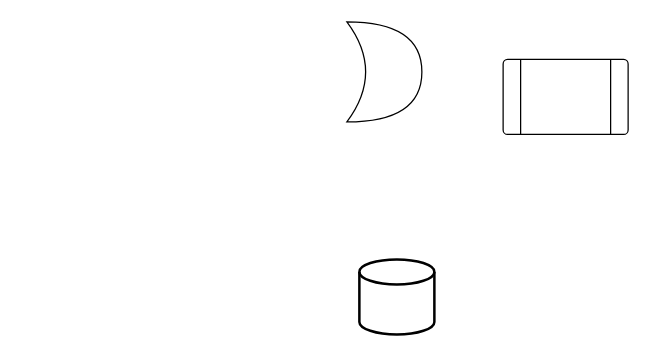
Earlier version of the draw.io diagram 未命名绘图.drawio (hgguyu/draw). Source tidied: cells renumbered, new cells numbered last; positions are measured from the earlier drawing's top-left corner, leaving out a move shared by most shapes. Both pictures are drawn from the tidied source at 125%, with x=0, y=0 at pixel (346, 21).
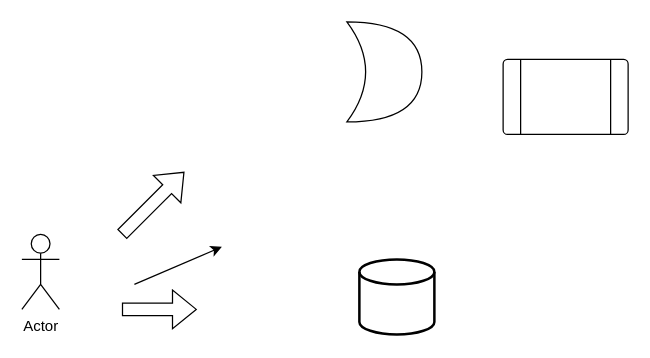
The same page after the edit.

Commit message:
更新未命名绘图.drawio

Change to the diagram source:
```diff
@@
 <mxGraphModel>
   <root>
     <mxCell id="0" />
     <mxCell id="1" parent="0" />
     <mxCell id="2" style="strokeWidth=2;html=1;shape=mxgraph.flowchart.database;whiteSpace=wrap;" parent="1" vertex="1">
       <mxGeometry x="10" y="190" width="60" height="60" as="geometry" />
     </mxCell>
     <mxCell id="3" style="verticalLabelPosition=bottom;verticalAlign=top;html=1;shape=process;whiteSpace=wrap;rounded=1;size=0.14;arcSize=6;" parent="1" vertex="1">
       <mxGeometry x="125" y="30" width="100" height="60" as="geometry" />
     </mxCell>
     <mxCell id="4" style="shape=xor;whiteSpace=wrap;html=1;" parent="1" vertex="1">
       <mxGeometry width="60" height="80" as="geometry" />
     </mxCell>
+    <mxCell id="5" value="Actor" style="shape=umlActor;verticalLabelPosition=bottom;verticalAlign=top;html=1;" parent="1" vertex="1">
+      <mxGeometry x="-260" y="170" width="30" height="60" as="geometry" />
+    </mxCell>
+    <mxCell id="6" style="shape=flexArrow;endArrow=classic;html=1;rounded=0;" parent="1" edge="1">
+      <mxGeometry relative="1" as="geometry">
+        <mxPoint x="-180" y="170" as="sourcePoint" />
+        <mxPoint x="-130" y="120" as="targetPoint" />
+      </mxGeometry>
+    </mxCell>
+    <mxCell id="7" style="shape=flexArrow;endArrow=classic;html=1;rounded=0;" parent="1" edge="1">
+      <mxGeometry relative="1" as="geometry">
+        <mxPoint x="-180" y="230" as="sourcePoint" />
+        <mxPoint x="-120" y="230" as="targetPoint" />
+      </mxGeometry>
+    </mxCell>
+    <mxCell id="8" style="endArrow=classic;html=1;rounded=0;" parent="1" edge="1">
+      <mxGeometry relative="1" as="geometry">
+        <mxPoint x="-170" y="210" as="sourcePoint" />
+        <mxPoint x="-100" y="180" as="targetPoint" />
+      </mxGeometry>
+    </mxCell>
   </root>
 </mxGraphModel>
```
